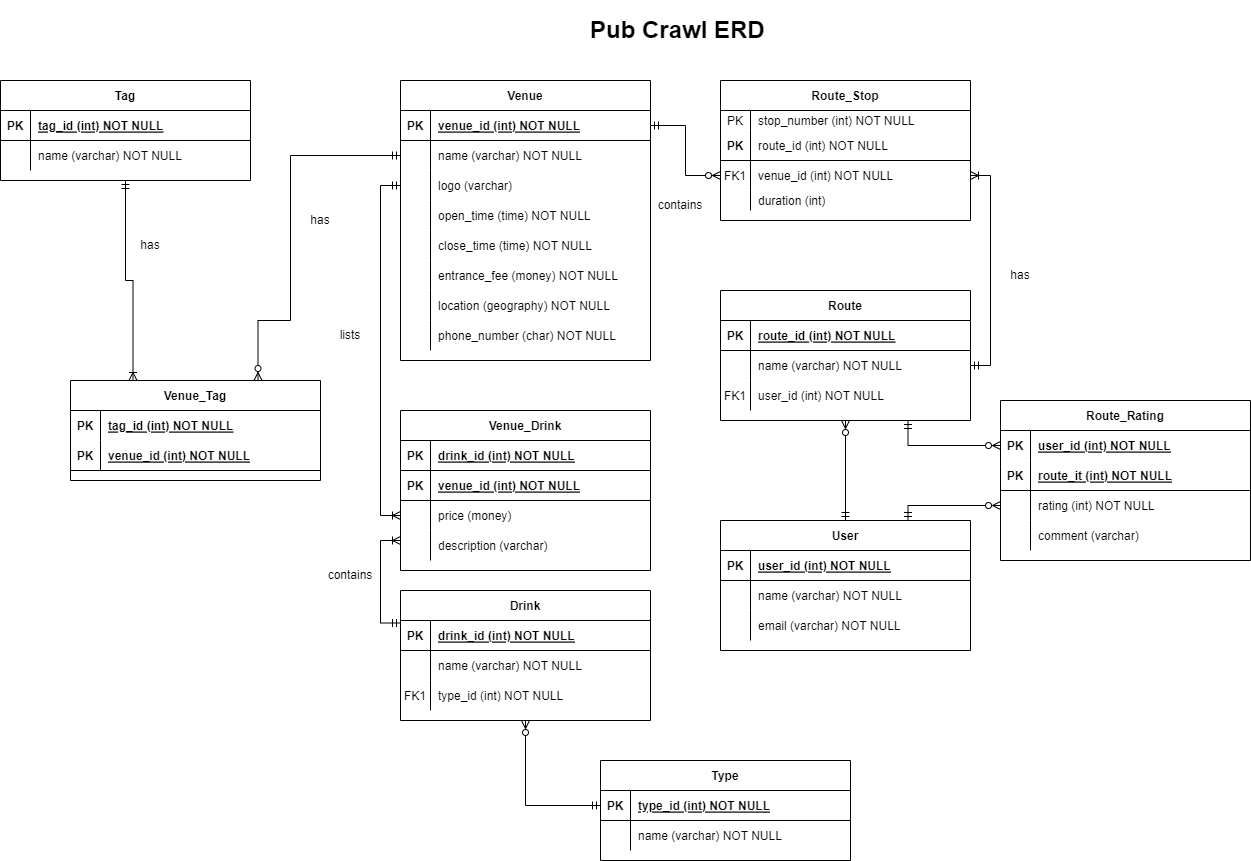
Above: ERD/ERD.png in JacusHorne/pub-crawl (draw.io), before the change. Source tidied: cells renumbered, new cells last; positions are measured from the earlier drawing's top-left corner, leaving out a move shared by most shapes.
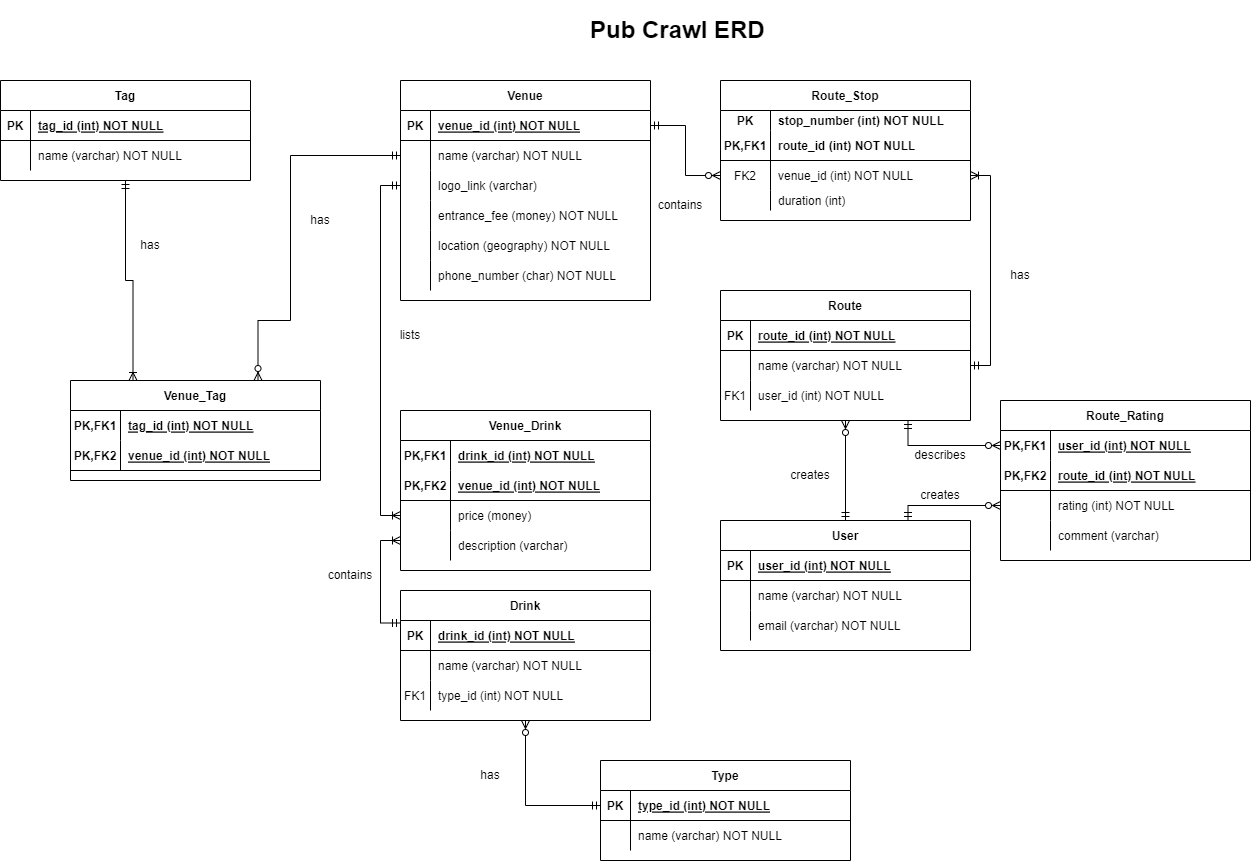
The same diagram one commit later.

The edit, as a diff of the source:
```diff
@@ -13,7 +13,7 @@
     </mxCell>
-    <mxCell id="5" value="PK" style="shape=partialRectangle;overflow=hidden;fillColor=none;top=0;left=0;bottom=0;right=0;" parent="4" vertex="1">
-      <mxGeometry width="30" height="20" as="geometry" />
+    <mxCell id="5" value="PK" style="shape=partialRectangle;overflow=hidden;fillColor=none;top=0;left=0;bottom=0;right=0;fontStyle=1;" parent="4" vertex="1">
+      <mxGeometry width="50" height="20" as="geometry" />
     </mxCell>
-    <mxCell id="6" value="stop_number (int) NOT NULL" style="shape=partialRectangle;overflow=hidden;fillColor=none;top=0;left=0;bottom=0;right=0;align=left;spacingLeft=6;" parent="4" vertex="1">
-      <mxGeometry x="30" width="220" height="20" as="geometry" />
+    <mxCell id="6" value="stop_number (int) NOT NULL" style="shape=partialRectangle;overflow=hidden;fillColor=none;top=0;left=0;bottom=0;right=0;align=left;spacingLeft=6;fontStyle=1;" parent="4" vertex="1">
+      <mxGeometry x="50" width="200" height="20" as="geometry" />
     </mxCell>
@@ -22,7 +22,7 @@
     </mxCell>
-    <mxCell id="8" value="PK" style="shape=partialRectangle;overflow=hidden;fillColor=none;top=0;left=0;bottom=0;right=0;fontStyle=1;" parent="7" vertex="1">
-      <mxGeometry width="30" height="30" as="geometry" />
+    <mxCell id="8" value="PK,FK1" style="shape=partialRectangle;overflow=hidden;fillColor=none;top=0;left=0;bottom=0;right=0;fontStyle=1;" parent="7" vertex="1">
+      <mxGeometry width="50" height="30" as="geometry" />
     </mxCell>
     <mxCell id="9" style="shape=partialRectangle;overflow=hidden;fillColor=none;top=0;left=0;bottom=0;right=0;align=left;spacingLeft=6;fontStyle=5;" parent="7" vertex="1">
-      <mxGeometry x="30" width="220" height="30" as="geometry" />
+      <mxGeometry x="50" width="200" height="30" as="geometry" />
     </mxCell>
@@ -31,7 +31,7 @@
     </mxCell>
-    <mxCell id="11" value="FK1" style="shape=partialRectangle;overflow=hidden;fillColor=none;top=0;left=0;bottom=0;right=0;" parent="10" vertex="1">
-      <mxGeometry width="30" height="30" as="geometry" />
+    <mxCell id="11" value="FK2" style="shape=partialRectangle;overflow=hidden;fillColor=none;top=0;left=0;bottom=0;right=0;" parent="10" vertex="1">
+      <mxGeometry width="50" height="30" as="geometry" />
     </mxCell>
     <mxCell id="12" value="venue_id (int) NOT NULL" style="shape=partialRectangle;overflow=hidden;fillColor=none;top=0;left=0;bottom=0;right=0;align=left;spacingLeft=6;" parent="10" vertex="1">
-      <mxGeometry x="30" width="220" height="30" as="geometry" />
+      <mxGeometry x="50" width="200" height="30" as="geometry" />
     </mxCell>
@@ -41,6 +41,6 @@
     <mxCell id="14" style="shape=partialRectangle;overflow=hidden;fillColor=none;top=0;left=0;bottom=0;right=0;" parent="13" vertex="1">
-      <mxGeometry width="30" height="20" as="geometry" />
+      <mxGeometry width="50" height="20" as="geometry" />
     </mxCell>
     <mxCell id="15" value="duration (int) " style="shape=partialRectangle;overflow=hidden;fillColor=none;top=0;left=0;bottom=0;right=0;align=left;spacingLeft=6;" parent="13" vertex="1">
-      <mxGeometry x="30" width="220" height="20" as="geometry" />
+      <mxGeometry x="50" width="200" height="20" as="geometry" />
     </mxCell>
@@ -80,3 +80,3 @@
     <mxCell id="27" value="Venue" style="shape=table;startSize=30;rowLines=0;fontStyle=1;align=center;" parent="1" vertex="1">
-      <mxGeometry x="400" y="70" width="250" height="280" as="geometry" />
+      <mxGeometry x="400" y="70" width="250" height="220" as="geometry" />
     </mxCell>
@@ -103,28 +103,10 @@
     </mxCell>
-    <mxCell id="35" style="shape=partialRectangle;overflow=hidden;fillColor=none;top=0;left=0;bottom=0;right=0;" parent="34" vertex="1">
-      <mxGeometry width="30" height="30" as="geometry" />
-    </mxCell>
-    <mxCell id="36" value="logo (varchar)" style="shape=partialRectangle;overflow=hidden;fillColor=none;top=0;left=0;bottom=0;right=0;align=left;spacingLeft=6;" parent="34" vertex="1">
-      <mxGeometry x="30" width="220" height="30" as="geometry" />
-    </mxCell>
-    <mxCell id="37" style="shape=partialRectangle;fillColor=none;top=0;left=0;right=0;bottom=0;" parent="27" vertex="1">
-      <mxGeometry y="120" width="250" height="30" as="geometry" />
-    </mxCell>
-    <mxCell id="38" style="shape=partialRectangle;overflow=hidden;fillColor=none;top=0;left=0;bottom=0;right=0;" parent="37" vertex="1">
-      <mxGeometry width="30" height="30" as="geometry" />
-    </mxCell>
-    <mxCell id="39" value="open_time (time) NOT NULL" style="shape=partialRectangle;overflow=hidden;fillColor=none;top=0;left=0;bottom=0;right=0;align=left;spacingLeft=6;" parent="37" vertex="1">
-      <mxGeometry x="30" width="220" height="30" as="geometry" />
-    </mxCell>
-    <mxCell id="40" style="shape=partialRectangle;fillColor=none;top=0;left=0;right=0;bottom=0;" parent="27" vertex="1">
-      <mxGeometry y="150" width="250" height="30" as="geometry" />
-    </mxCell>
-    <mxCell id="41" style="shape=partialRectangle;overflow=hidden;fillColor=none;top=0;left=0;bottom=0;right=0;" parent="40" vertex="1">
-      <mxGeometry width="30" height="30" as="geometry" />
-    </mxCell>
-    <mxCell id="42" value="close_time (time) NOT NULL" style="shape=partialRectangle;overflow=hidden;fillColor=none;top=0;left=0;bottom=0;right=0;align=left;spacingLeft=6;" parent="40" vertex="1">
-      <mxGeometry x="30" width="220" height="30" as="geometry" />
-    </mxCell>
+    <mxCell id="135" style="shape=partialRectangle;overflow=hidden;fillColor=none;top=0;left=0;bottom=0;right=0;" parent="34" vertex="1">
+      <mxGeometry width="30" height="30" as="geometry" />
+    </mxCell>
+    <mxCell id="136" value="logo_link (varchar)" style="shape=partialRectangle;overflow=hidden;fillColor=none;top=0;left=0;bottom=0;right=0;align=left;spacingLeft=6;" parent="34" vertex="1">
+      <mxGeometry x="30" width="220" height="30" as="geometry" />
+    </mxCell>
     <mxCell id="43" style="shape=partialRectangle;fillColor=none;top=0;left=0;right=0;bottom=0;" parent="27" vertex="1">
-      <mxGeometry y="180" width="250" height="30" as="geometry" />
+      <mxGeometry y="120" width="250" height="30" as="geometry" />
     </mxCell>
@@ -137,3 +119,3 @@
     <mxCell id="46" style="shape=partialRectangle;fillColor=none;top=0;left=0;right=0;bottom=0;" parent="27" vertex="1">
-      <mxGeometry y="210" width="250" height="30" as="geometry" />
+      <mxGeometry y="150" width="250" height="30" as="geometry" />
     </mxCell>
@@ -146,3 +128,3 @@
     <mxCell id="49" style="shape=partialRectangle;fillColor=none;top=0;left=0;right=0;bottom=0;" parent="27" vertex="1">
-      <mxGeometry y="240" width="250" height="30" as="geometry" />
+      <mxGeometry y="180" width="250" height="30" as="geometry" />
     </mxCell>
@@ -157,10 +139,10 @@
     </mxCell>
-    <mxCell id="53" style="shape=partialRectangle;fillColor=none;top=0;left=0;right=0;bottom=1;" parent="52" vertex="1">
+    <mxCell id="53" style="shape=partialRectangle;fillColor=none;top=0;left=0;right=0;bottom=1;strokeColor=none;" parent="52" vertex="1">
       <mxGeometry y="30" width="250" height="30" as="geometry" />
     </mxCell>
-    <mxCell id="54" value="PK" style="shape=partialRectangle;overflow=hidden;fillColor=none;top=0;left=0;bottom=0;right=0;fontStyle=1;" parent="53" vertex="1">
-      <mxGeometry width="30" height="30" as="geometry" />
+    <mxCell id="54" value="PK,FK1" style="shape=partialRectangle;overflow=hidden;fillColor=none;top=0;left=0;bottom=0;right=0;fontStyle=1;" parent="53" vertex="1">
+      <mxGeometry width="50" height="30" as="geometry" />
     </mxCell>
     <mxCell id="55" value="drink_id (int) NOT NULL" style="shape=partialRectangle;overflow=hidden;fillColor=none;top=0;left=0;bottom=0;right=0;align=left;spacingLeft=6;fontStyle=5;" parent="53" vertex="1">
-      <mxGeometry x="30" width="220" height="30" as="geometry" />
+      <mxGeometry x="50" width="200" height="30" as="geometry" />
     </mxCell>
@@ -169,7 +151,7 @@
     </mxCell>
-    <mxCell id="57" value="PK" style="shape=partialRectangle;overflow=hidden;fillColor=none;top=0;left=0;bottom=0;right=0;fontStyle=1;" parent="56" vertex="1">
-      <mxGeometry width="30" height="30" as="geometry" />
+    <mxCell id="57" value="PK,FK2" style="shape=partialRectangle;overflow=hidden;fillColor=none;top=0;left=0;bottom=0;right=0;fontStyle=1;" parent="56" vertex="1">
+      <mxGeometry width="50" height="30" as="geometry" />
     </mxCell>
     <mxCell id="58" value="venue_id (int) NOT NULL" style="shape=partialRectangle;overflow=hidden;fillColor=none;top=0;left=0;bottom=0;right=0;align=left;spacingLeft=6;fontStyle=5;" parent="56" vertex="1">
-      <mxGeometry x="30" width="220" height="30" as="geometry" />
+      <mxGeometry x="50" width="200" height="30" as="geometry" />
     </mxCell>
@@ -179,6 +161,6 @@
     <mxCell id="60" style="shape=partialRectangle;overflow=hidden;fillColor=none;top=0;left=0;bottom=0;right=0;" parent="59" vertex="1">
-      <mxGeometry width="30" height="30" as="geometry" />
+      <mxGeometry width="50" height="30" as="geometry" />
     </mxCell>
     <mxCell id="61" value="price (money)" style="shape=partialRectangle;overflow=hidden;fillColor=none;top=0;left=0;bottom=0;right=0;align=left;spacingLeft=6;" parent="59" vertex="1">
-      <mxGeometry x="30" width="220" height="30" as="geometry" />
+      <mxGeometry x="50" width="200" height="30" as="geometry" />
     </mxCell>
@@ -188,6 +170,6 @@
     <mxCell id="63" style="shape=partialRectangle;overflow=hidden;fillColor=none;top=0;left=0;bottom=0;right=0;" parent="62" vertex="1">
-      <mxGeometry width="30" height="30" as="geometry" />
+      <mxGeometry width="50" height="30" as="geometry" />
     </mxCell>
     <mxCell id="64" value="description (varchar) " style="shape=partialRectangle;overflow=hidden;fillColor=none;top=0;left=0;bottom=0;right=0;align=left;spacingLeft=6;" parent="62" vertex="1">
-      <mxGeometry x="30" width="220" height="30" as="geometry" />
+      <mxGeometry x="50" width="200" height="30" as="geometry" />
     </mxCell>
@@ -226,4 +208,5 @@
     </mxCell>
-    <mxCell id="76" style="edgeStyle=orthogonalEdgeStyle;rounded=0;jettySize=auto;html=1;exitX=0;exitY=0.5;exitDx=0;exitDy=0;entryX=0;entryY=0.5;entryDx=0;entryDy=0;endArrow=ERoneToMany;endFill=0;startArrow=ERmandOne;startFill=0;" parent="1" edge="1" source="34">
+    <mxCell id="76" style="edgeStyle=orthogonalEdgeStyle;rounded=0;orthogonalLoop=1;jettySize=auto;html=1;exitX=0;exitY=0.5;exitDx=0;exitDy=0;entryX=0;entryY=0.5;entryDx=0;entryDy=0;endArrow=ERoneToMany;endFill=0;startArrow=ERmandOne;startFill=0;" parent="1" edge="1">
       <mxGeometry relative="1" as="geometry">
+        <mxPoint x="400" y="175" as="sourcePoint" />
         <mxPoint x="400" y="505" as="targetPoint" />
@@ -278,3 +261,3 @@
     <mxCell id="89" value="lists" style="text;html=1;strokeColor=none;fillColor=none;align=center;verticalAlign=middle;whiteSpace=wrap;rounded=0;" parent="1" vertex="1">
-      <mxGeometry x="320" y="310" width="60" height="30" as="geometry" />
+      <mxGeometry x="380" y="310" width="60" height="30" as="geometry" />
     </mxCell>
@@ -331,7 +314,7 @@
     </mxCell>
-    <mxCell id="105" value="PK" style="shape=partialRectangle;overflow=hidden;fillColor=none;top=0;left=0;bottom=0;right=0;fontStyle=1;" parent="104" vertex="1">
-      <mxGeometry width="30" height="30" as="geometry" />
+    <mxCell id="105" value="PK,FK1" style="shape=partialRectangle;overflow=hidden;fillColor=none;top=0;left=0;bottom=0;right=0;fontStyle=1;" parent="104" vertex="1">
+      <mxGeometry width="50" height="30" as="geometry" />
     </mxCell>
     <mxCell id="106" value="tag_id (int) NOT NULL" style="shape=partialRectangle;overflow=hidden;fillColor=none;top=0;left=0;bottom=0;right=0;align=left;spacingLeft=6;fontStyle=5;strokeColor=default;" parent="104" vertex="1">
-      <mxGeometry x="30" width="220" height="30" as="geometry" />
+      <mxGeometry x="50" width="200" height="30" as="geometry" />
     </mxCell>
@@ -340,7 +323,7 @@
     </mxCell>
-    <mxCell id="108" value="PK" style="shape=partialRectangle;overflow=hidden;fillColor=none;top=0;left=0;bottom=0;right=0;fontStyle=1;" parent="107" vertex="1">
-      <mxGeometry width="30" height="30" as="geometry" />
+    <mxCell id="108" value="PK,FK2" style="shape=partialRectangle;overflow=hidden;fillColor=none;top=0;left=0;bottom=0;right=0;fontStyle=1;" parent="107" vertex="1">
+      <mxGeometry width="50" height="30" as="geometry" />
     </mxCell>
     <mxCell id="109" value="venue_id (int) NOT NULL" style="shape=partialRectangle;overflow=hidden;fillColor=none;top=0;left=0;bottom=0;right=0;align=left;spacingLeft=6;fontStyle=5;" parent="107" vertex="1">
-      <mxGeometry x="30" width="220" height="30" as="geometry" />
+      <mxGeometry x="50" width="200" height="30" as="geometry" />
     </mxCell>
@@ -358,7 +341,7 @@
     </mxCell>
-    <mxCell id="114" value="PK" style="shape=partialRectangle;overflow=hidden;fillColor=none;top=0;left=0;bottom=0;right=0;fontStyle=1;" parent="113" vertex="1">
-      <mxGeometry width="30" height="30" as="geometry" />
+    <mxCell id="114" value="PK,FK1" style="shape=partialRectangle;overflow=hidden;fillColor=none;top=0;left=0;bottom=0;right=0;fontStyle=1;" parent="113" vertex="1">
+      <mxGeometry width="50" height="30" as="geometry" />
     </mxCell>
     <mxCell id="115" value="user_id (int) NOT NULL" style="shape=partialRectangle;overflow=hidden;fillColor=none;top=0;left=0;bottom=0;right=0;align=left;spacingLeft=6;fontStyle=5;strokeColor=default;" parent="113" vertex="1">
-      <mxGeometry x="30" width="220" height="30" as="geometry" />
+      <mxGeometry x="50" width="200" height="30" as="geometry" />
     </mxCell>
@@ -367,7 +350,7 @@
     </mxCell>
-    <mxCell id="117" value="PK" style="shape=partialRectangle;overflow=hidden;fillColor=none;top=0;left=0;bottom=0;right=0;fontStyle=1;" parent="116" vertex="1">
-      <mxGeometry width="30" height="30" as="geometry" />
+    <mxCell id="117" value="PK,FK2" style="shape=partialRectangle;overflow=hidden;fillColor=none;top=0;left=0;bottom=0;right=0;fontStyle=1;" parent="116" vertex="1">
+      <mxGeometry width="50" height="30" as="geometry" />
     </mxCell>
-    <mxCell id="118" value="route_it (int) NOT NULL" style="shape=partialRectangle;overflow=hidden;fillColor=none;top=0;left=0;bottom=0;right=0;align=left;spacingLeft=6;fontStyle=5;" parent="116" vertex="1">
-      <mxGeometry x="30" width="220" height="30" as="geometry" />
+    <mxCell id="118" value="route_id (int) NOT NULL" style="shape=partialRectangle;overflow=hidden;fillColor=none;top=0;left=0;bottom=0;right=0;align=left;spacingLeft=6;fontStyle=5;" parent="116" vertex="1">
+      <mxGeometry x="50" width="200" height="30" as="geometry" />
     </mxCell>
@@ -377,6 +360,6 @@
     <mxCell id="120" style="shape=partialRectangle;overflow=hidden;fillColor=none;top=0;left=0;bottom=0;right=0;" parent="119" vertex="1">
-      <mxGeometry width="30" height="30" as="geometry" />
+      <mxGeometry width="50" height="30" as="geometry" />
     </mxCell>
     <mxCell id="121" value="rating (int) NOT NULL" style="shape=partialRectangle;overflow=hidden;fillColor=none;top=0;left=0;bottom=0;right=0;align=left;spacingLeft=6;" parent="119" vertex="1">
-      <mxGeometry x="30" width="220" height="30" as="geometry" />
+      <mxGeometry x="50" width="200" height="30" as="geometry" />
     </mxCell>
@@ -386,6 +369,6 @@
     <mxCell id="123" style="shape=partialRectangle;overflow=hidden;fillColor=none;top=0;left=0;bottom=0;right=0;" parent="122" vertex="1">
-      <mxGeometry width="30" height="30" as="geometry" />
+      <mxGeometry width="50" height="30" as="geometry" />
     </mxCell>
     <mxCell id="124" value="comment (varchar)" style="shape=partialRectangle;overflow=hidden;fillColor=none;top=0;left=0;bottom=0;right=0;align=left;spacingLeft=6;" parent="122" vertex="1">
-      <mxGeometry x="30" width="220" height="30" as="geometry" />
+      <mxGeometry x="50" width="200" height="30" as="geometry" />
     </mxCell>
@@ -423,5 +406,17 @@
     </mxCell>
-    <mxCell id="134" value="route_id (int) NOT NULL" style="shape=partialRectangle;overflow=hidden;fillColor=none;top=0;left=0;bottom=0;right=0;align=left;spacingLeft=6;" parent="1" vertex="1">
-      <mxGeometry x="750" y="120" width="220" height="30" as="geometry" />
+    <mxCell id="134" value="route_id (int) NOT NULL" style="shape=partialRectangle;overflow=hidden;fillColor=none;top=0;left=0;bottom=0;right=0;align=left;spacingLeft=6;fontStyle=1;" parent="1" vertex="1">
+      <mxGeometry x="770" y="120" width="200" height="30" as="geometry" />
     </mxCell>
+    <mxCell id="137" value="has" style="text;html=1;strokeColor=none;fillColor=none;align=center;verticalAlign=middle;whiteSpace=wrap;rounded=0;" parent="1" vertex="1">
+      <mxGeometry x="460" y="750" width="60" height="30" as="geometry" />
+    </mxCell>
+    <mxCell id="138" value="creates" style="text;html=1;strokeColor=none;fillColor=none;align=center;verticalAlign=middle;whiteSpace=wrap;rounded=0;" parent="1" vertex="1">
+      <mxGeometry x="780" y="450" width="60" height="30" as="geometry" />
+    </mxCell>
+    <mxCell id="139" value="creates" style="text;html=1;strokeColor=none;fillColor=none;align=center;verticalAlign=middle;whiteSpace=wrap;rounded=0;" parent="1" vertex="1">
+      <mxGeometry x="910" y="470" width="60" height="30" as="geometry" />
+    </mxCell>
+    <mxCell id="140" value="describes" style="text;html=1;strokeColor=none;fillColor=none;align=center;verticalAlign=middle;whiteSpace=wrap;rounded=0;" parent="1" vertex="1">
+      <mxGeometry x="910" y="430" width="60" height="30" as="geometry" />
+    </mxCell>
   </root>
```
